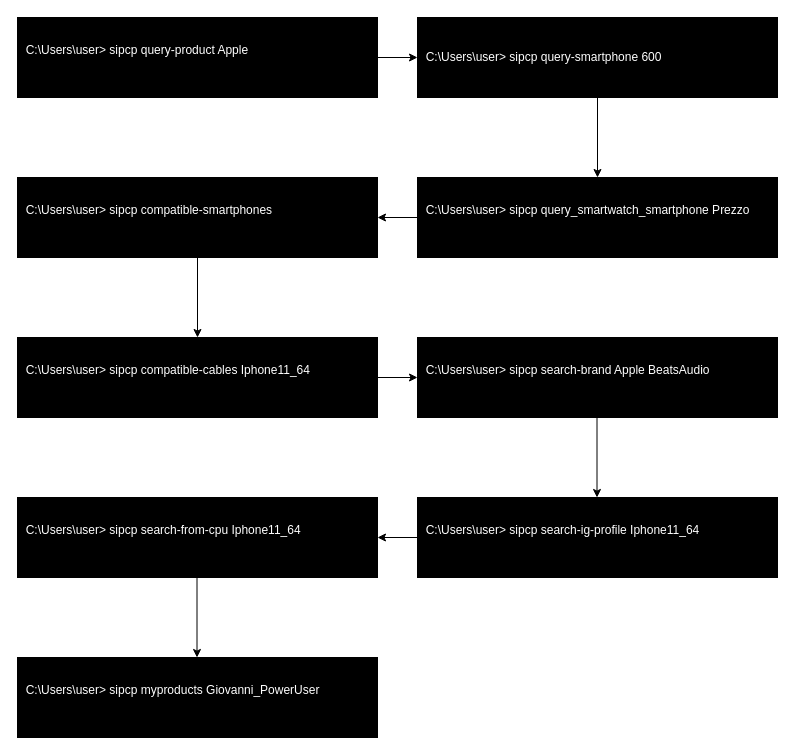
Above: Documenti/Images/cli.drawio in federicotorrielli/yapo (draw.io), before the change. Source tidied: cells renumbered, new cells numbered last; positions are measured from the earlier drawing's top-left corner, leaving out a move shared by most shapes. Both pictures are drawn from the tidied source at 100%, with x=0, y=0 at pixel (17, 17).
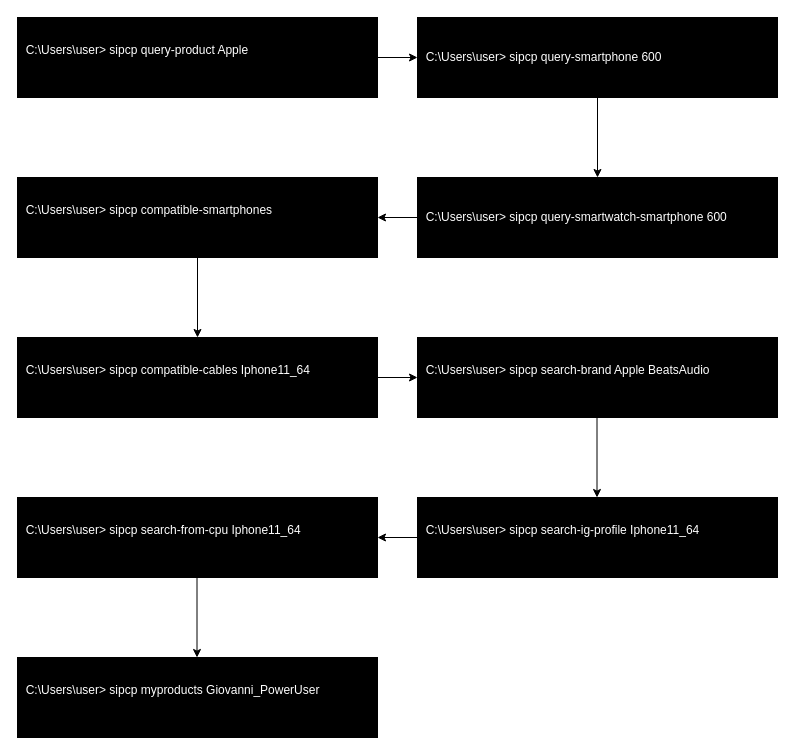
Above is the later version.

Diff of the diagram source:
```diff
@@
-    <mxCell id="6" value="&amp;nbsp; C:\Users\user&amp;gt;&amp;nbsp;sipcp query_smartwatch_smartphone Prezzo&lt;br&gt;&lt;br&gt;" style="rounded=0;whiteSpace=wrap;html=1;fillColor=#000000;fontColor=#FFFFFF;align=left;" parent="1" vertex="1">
+    <mxCell id="6" value="&amp;nbsp; C:\Users\user&amp;gt;&amp;nbsp;sipcp query-smartwatch-smartphone 600&lt;br&gt;" style="rounded=0;whiteSpace=wrap;html=1;fillColor=#000000;fontColor=#FFFFFF;align=left;" parent="1" vertex="1">
       <mxGeometry x="400" y="160" width="360" height="80" as="geometry" />
     </mxCell>
```
